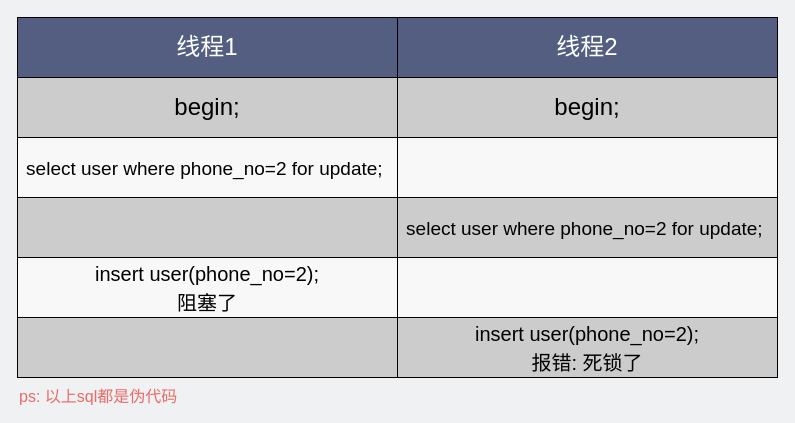
This is network/RR隔离级别加锁并发写数据会死锁加注释.drawio from xiaobaiTech/image, a draw.io file, before an edit. Source tidied: cells renumbered, new cells numbered last; positions are measured from the earlier drawing's top-left corner, leaving out a move shared by most shapes. Both pictures are drawn from the tidied source at 100%, with x=0, y=0 at pixel (17, 17).
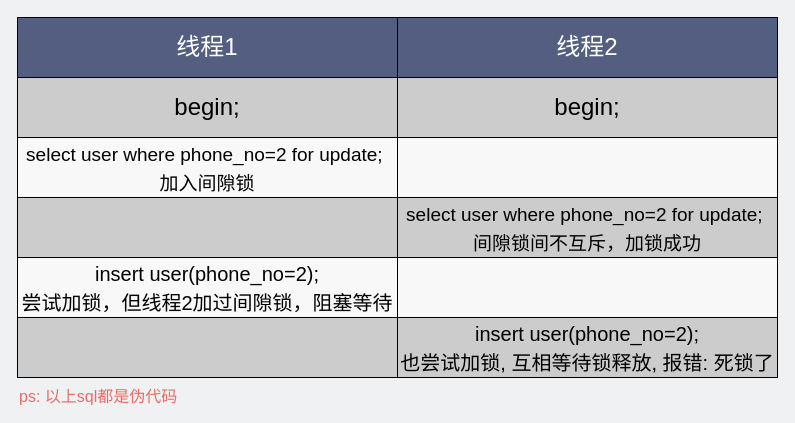
Above is the later version.

Commit message:
Update RR隔离级别加锁并发写数据会死锁加注释.drawio

Diff of the diagram source:
```diff
@@
 <mxGraphModel background="#EFF1F3">
   <root>
     <mxCell id="0" />
     <mxCell id="1" parent="0" />
     <mxCell id="2" value="begin;" style="rounded=0;whiteSpace=wrap;html=1;fillColor=#CCCCCC;gradientColor=none;fontSize=24;" parent="1" vertex="1">
       <mxGeometry y="60" width="380" height="60" as="geometry" />
     </mxCell>
     <mxCell id="3" value="&lt;font color=&quot;#ffffff&quot; style=&quot;font-size: 24px;&quot;&gt;线程1&lt;/font&gt;" style="rounded=0;whiteSpace=wrap;html=1;fillColor=#535E80;gradientColor=none;fontSize=24;" parent="1" vertex="1">
       <mxGeometry width="380" height="60" as="geometry" />
     </mxCell>
     <mxCell id="4" value="&lt;font color=&quot;#ffffff&quot; style=&quot;font-size: 24px;&quot;&gt;线程2&lt;/font&gt;" style="rounded=0;whiteSpace=wrap;html=1;fillColor=#535E80;gradientColor=none;fontSize=24;" parent="1" vertex="1">
       <mxGeometry x="380" width="380" height="60" as="geometry" />
     </mxCell>
     <mxCell id="5" value="begin;" style="rounded=0;whiteSpace=wrap;html=1;fillColor=#CCCCCC;gradientColor=none;fontSize=24;" parent="1" vertex="1">
       <mxGeometry x="380" y="60" width="380" height="60" as="geometry" />
     </mxCell>
-    <mxCell id="6" value="&lt;font style=&quot;font-size: 19px&quot;&gt;select user where phone_no=2 for update;&amp;nbsp;&lt;/font&gt;" style="rounded=0;whiteSpace=wrap;html=1;fillColor=#F8F8F8;gradientColor=none;fontSize=24;" parent="1" vertex="1">
+    <mxCell id="6" value="&lt;font style=&quot;font-size: 19px&quot;&gt;select user where phone_no=2 for update;&amp;nbsp;&lt;br&gt;加入间隙锁&lt;br&gt;&lt;/font&gt;" style="rounded=0;whiteSpace=wrap;html=1;fillColor=#F8F8F8;gradientColor=none;fontSize=24;" parent="1" vertex="1">
       <mxGeometry y="120" width="380" height="60" as="geometry" />
     </mxCell>
     <mxCell id="7" style="rounded=0;whiteSpace=wrap;html=1;fillColor=#F8F8F8;gradientColor=none;fontSize=24;" parent="1" vertex="1">
       <mxGeometry x="380" y="120" width="380" height="60" as="geometry" />
     </mxCell>
     <mxCell id="8" style="rounded=0;whiteSpace=wrap;html=1;fillColor=#CCCCCC;gradientColor=none;fontSize=24;" parent="1" vertex="1">
       <mxGeometry y="180" width="380" height="60" as="geometry" />
     </mxCell>
-    <mxCell id="9" value="&lt;font style=&quot;font-size: 19px&quot;&gt;select user where phone_no=2 for update;&amp;nbsp;&lt;/font&gt;" style="rounded=0;whiteSpace=wrap;html=1;fillColor=#CCCCCC;gradientColor=none;fontSize=24;" parent="1" vertex="1">
+    <mxCell id="9" value="&lt;font style=&quot;font-size: 19px&quot;&gt;select user where phone_no=2 for update;&amp;nbsp;&lt;br&gt;间隙锁间不互斥，加锁成功&lt;br&gt;&lt;/font&gt;" style="rounded=0;whiteSpace=wrap;html=1;fillColor=#CCCCCC;gradientColor=none;fontSize=24;" parent="1" vertex="1">
       <mxGeometry x="380" y="180" width="380" height="60" as="geometry" />
     </mxCell>
-    <mxCell id="10" value="&lt;font style=&quot;font-size: 20px&quot;&gt;insert user(phone_no=2);&lt;br&gt;阻塞了&lt;/font&gt;" style="rounded=0;whiteSpace=wrap;html=1;fillColor=#F8F8F8;gradientColor=none;fontSize=24;" parent="1" vertex="1">
+    <mxCell id="10" value="&lt;font style=&quot;font-size: 20px&quot;&gt;insert user(phone_no=2);&lt;br&gt;尝试加锁，但线程2加过间隙锁，阻塞等待&lt;/font&gt;" style="rounded=0;whiteSpace=wrap;html=1;fillColor=#F8F8F8;gradientColor=none;fontSize=24;" parent="1" vertex="1">
       <mxGeometry y="240" width="380" height="60" as="geometry" />
     </mxCell>
     <mxCell id="11" style="rounded=0;whiteSpace=wrap;html=1;fillColor=#F8F8F8;gradientColor=none;fontSize=24;" parent="1" vertex="1">
       <mxGeometry x="380" y="240" width="380" height="60" as="geometry" />
     </mxCell>
     <mxCell id="12" style="rounded=0;whiteSpace=wrap;html=1;fillColor=#CCCCCC;gradientColor=none;fontSize=24;" parent="1" vertex="1">
       <mxGeometry y="300" width="380" height="60" as="geometry" />
     </mxCell>
-    <mxCell id="13" value="&lt;font style=&quot;font-size: 20px&quot;&gt;&lt;span&gt;insert user(phone_no=2);&lt;/span&gt;&lt;br&gt;&lt;span&gt;报错: 死锁了&lt;/span&gt;&lt;/font&gt;" style="rounded=0;whiteSpace=wrap;html=1;fillColor=#CCCCCC;gradientColor=none;fontSize=24;" parent="1" vertex="1">
+    <mxCell id="13" value="&lt;font style=&quot;font-size: 20px&quot;&gt;&lt;span&gt;insert user(phone_no=2);&lt;/span&gt;&lt;br&gt;&lt;span&gt;也尝试加锁, 互相等待锁释放, 报错: 死锁了&lt;/span&gt;&lt;/font&gt;" style="rounded=0;whiteSpace=wrap;html=1;fillColor=#CCCCCC;gradientColor=none;fontSize=24;" parent="1" vertex="1">
       <mxGeometry x="380" y="300" width="380" height="60" as="geometry" />
     </mxCell>
     <mxCell id="14" value="&lt;font color=&quot;#ea6b66&quot; style=&quot;font-size: 16px&quot;&gt;ps: 以上sql都是伪代码&lt;/font&gt;" style="text;html=1;strokeColor=none;fillColor=none;align=left;verticalAlign=middle;whiteSpace=wrap;rounded=0;fontSize=20;" parent="1" vertex="1">
       <mxGeometry y="366" width="211" height="21" as="geometry" />
     </mxCell>
   </root>
 </mxGraphModel>
```
